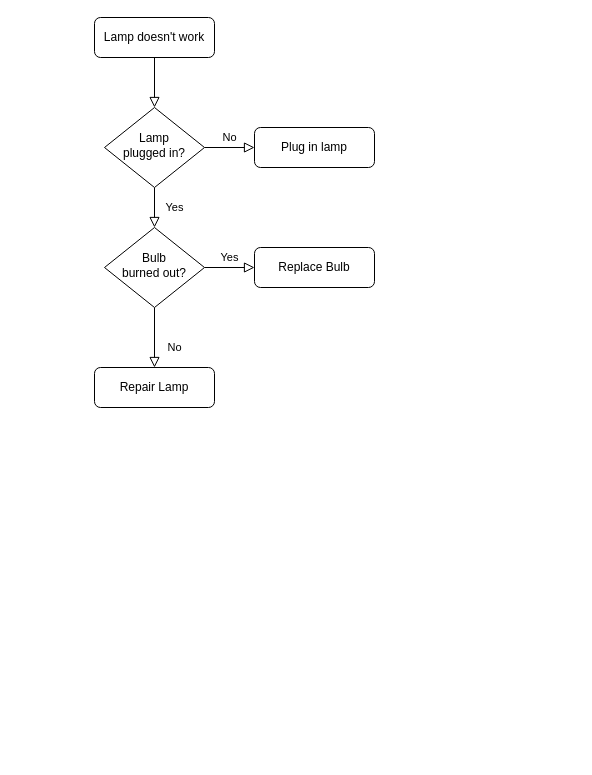
yanhj/DrawIO keeps this draw.io diagram as Main.drawio. Above is the earlier version. Source tidied: cells renumbered, new cells numbered last; positions are measured from the earlier drawing's top-left corner, leaving out a move shared by most shapes. Both pictures are drawn from the tidied source at 100%, with x=0, y=0 at pixel (94, 17).
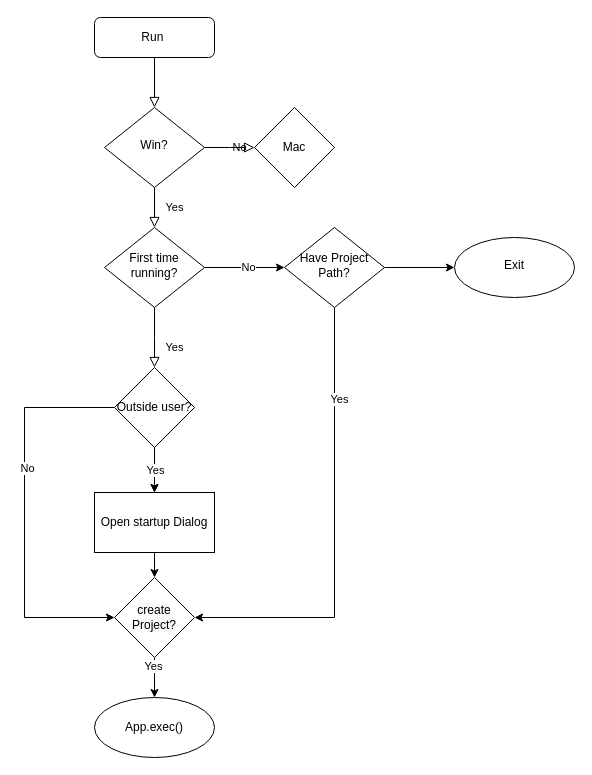
After the change.

The edit, as a diff of the source:
```diff
@@
-    <mxCell id="3" value="Lamp doesn't work" style="rounded=1;whiteSpace=wrap;html=1;fontSize=12;glass=0;strokeWidth=1;shadow=0;" parent="1" vertex="1">
+    <mxCell id="3" value="Run&lt;span style=&quot;white-space: pre;&quot;&gt; &lt;/span&gt;" style="rounded=1;whiteSpace=wrap;html=1;fontSize=12;glass=0;strokeWidth=1;shadow=0;" parent="1" vertex="1">
       <mxGeometry width="120" height="40" as="geometry" />
     </mxCell>
@@
-    <mxCell id="5" value="No" style="edgeStyle=orthogonalEdgeStyle;rounded=0;html=1;jettySize=auto;fontSize=11;endArrow=block;endFill=0;endSize=8;strokeWidth=1;shadow=0;labelBackgroundColor=none;" parent="1" edge="1" source="6" target="7">
-      <mxGeometry y="10" relative="1" as="geometry" />
+    <mxCell id="5" value="No" style="edgeStyle=orthogonalEdgeStyle;rounded=0;html=1;jettySize=auto;fontSize=11;endArrow=block;endFill=0;endSize=8;strokeWidth=1;shadow=0;labelBackgroundColor=none;" parent="1" edge="1" source="6">
+      <mxGeometry y="10" relative="1" as="geometry">
+        <mxPoint x="160" y="130" as="targetPoint" />
+      </mxGeometry>
     </mxCell>
-    <mxCell id="6" value="Lamp&lt;br&gt;plugged in?" style="rhombus;whiteSpace=wrap;html=1;shadow=0;fontFamily=Helvetica;fontSize=12;align=center;strokeWidth=1;spacing=6;spacingTop=-4;" parent="1" vertex="1">
+    <mxCell id="6" value="Win?" style="rhombus;whiteSpace=wrap;html=1;shadow=0;fontFamily=Helvetica;fontSize=12;align=center;strokeWidth=1;spacing=6;spacingTop=-4;" parent="1" vertex="1">
       <mxGeometry x="10" y="90" width="100" height="80" as="geometry" />
     </mxCell>
-    <mxCell id="7" value="Plug in lamp" style="rounded=1;whiteSpace=wrap;html=1;fontSize=12;glass=0;strokeWidth=1;shadow=0;" parent="1" vertex="1">
-      <mxGeometry x="160" y="110" width="120" height="40" as="geometry" />
-    </mxCell>
-    <mxCell id="8" value="No" style="rounded=0;html=1;jettySize=auto;fontSize=11;endArrow=block;endFill=0;endSize=8;strokeWidth=1;shadow=0;labelBackgroundColor=none;edgeStyle=orthogonalEdgeStyle;" parent="1" edge="1" source="10" target="11">
-      <mxGeometry x="0.33" y="20" relative="1" as="geometry" />
+    <mxCell id="8" value="Yes" style="rounded=0;html=1;jettySize=auto;fontSize=11;endArrow=block;endFill=0;endSize=8;strokeWidth=1;shadow=0;labelBackgroundColor=none;edgeStyle=orthogonalEdgeStyle;" parent="1" edge="1" source="10">
+      <mxGeometry x="0.33" y="20" relative="1" as="geometry">
+        <mxPoint x="60" y="350" as="targetPoint" />
+      </mxGeometry>
     </mxCell>
-    <mxCell id="9" value="Yes" style="edgeStyle=orthogonalEdgeStyle;rounded=0;html=1;jettySize=auto;fontSize=11;endArrow=block;endFill=0;endSize=8;strokeWidth=1;shadow=0;labelBackgroundColor=none;" parent="1" edge="1" source="10" target="12">
-      <mxGeometry y="10" relative="1" as="geometry" />
-    </mxCell>
+    <mxCell id="13" style="edgeStyle=orthogonalEdgeStyle;rounded=0;jettySize=auto;html=1;" parent="1" edge="1" source="10" target="31">
+      <mxGeometry relative="1" as="geometry" />
+    </mxCell>
+    <mxCell id="14" value="No" style="edgeLabel;html=1;align=center;verticalAlign=middle;" parent="13" vertex="1">
+      <mxGeometry x="0.07" y="1" relative="1" as="geometry" />
+    </mxCell>
-    <mxCell id="10" value="Bulb&lt;br&gt;burned out?" style="rhombus;whiteSpace=wrap;html=1;shadow=0;fontFamily=Helvetica;fontSize=12;align=center;strokeWidth=1;spacing=6;spacingTop=-4;" parent="1" vertex="1">
+    <mxCell id="10" value="First time running?" style="rhombus;whiteSpace=wrap;html=1;shadow=0;fontFamily=Helvetica;fontSize=12;align=center;strokeWidth=1;spacing=6;spacingTop=-4;" parent="1" vertex="1">
       <mxGeometry x="10" y="210" width="100" height="80" as="geometry" />
     </mxCell>
-    <mxCell id="11" value="Repair Lamp" style="rounded=1;whiteSpace=wrap;html=1;fontSize=12;glass=0;strokeWidth=1;shadow=0;" parent="1" vertex="1">
-      <mxGeometry y="350" width="120" height="40" as="geometry" />
-    </mxCell>
-    <mxCell id="12" value="Replace Bulb" style="rounded=1;whiteSpace=wrap;html=1;fontSize=12;glass=0;strokeWidth=1;shadow=0;" parent="1" vertex="1">
-      <mxGeometry x="160" y="230" width="120" height="40" as="geometry" />
-    </mxCell>
+    <mxCell id="15" value="Mac" style="rhombus;whiteSpace=wrap;html=1;" parent="1" vertex="1">
+      <mxGeometry x="160" y="90" width="80" height="80" as="geometry" />
+    </mxCell>
+    <mxCell id="16" style="edgeStyle=orthogonalEdgeStyle;rounded=0;jettySize=auto;html=1;" parent="1" edge="1" source="21" target="23">
+      <mxGeometry relative="1" as="geometry" />
+    </mxCell>
+    <mxCell id="17" style="edgeStyle=orthogonalEdgeStyle;rounded=0;jettySize=auto;html=1;" parent="1" edge="1" source="21" target="23">
+      <mxGeometry relative="1" as="geometry" />
+    </mxCell>
+    <mxCell id="18" value="Yes" style="edgeLabel;html=1;align=center;verticalAlign=middle;" parent="17" vertex="1">
+      <mxGeometry x="-0.04" relative="1" as="geometry" />
+    </mxCell>
+    <mxCell id="19" style="edgeStyle=orthogonalEdgeStyle;rounded=0;jettySize=auto;html=1;entryX=0;entryY=0.5;entryDx=0;entryDy=0;exitX=0;exitY=0.5;exitDx=0;exitDy=0;" parent="1" edge="1" source="21" target="26">
+      <mxGeometry relative="1" as="geometry">
+        <Array as="points">
+          <mxPoint x="-70" y="390" />
+          <mxPoint x="-70" y="600" />
+        </Array>
+      </mxGeometry>
+    </mxCell>
+    <mxCell id="20" value="No" style="edgeLabel;html=1;align=center;verticalAlign=middle;" parent="19" vertex="1">
+      <mxGeometry x="-0.23" y="2" relative="1" as="geometry" />
+    </mxCell>
+    <mxCell id="21" value="Outside user?" style="rhombus;whiteSpace=wrap;html=1;" parent="1" vertex="1">
+      <mxGeometry x="20" y="350" width="80" height="80" as="geometry" />
+    </mxCell>
+    <mxCell id="22" style="edgeStyle=orthogonalEdgeStyle;rounded=0;jettySize=auto;html=1;entryX=0.5;entryY=0;entryDx=0;entryDy=0;" parent="1" edge="1" source="23" target="26">
+      <mxGeometry relative="1" as="geometry" />
+    </mxCell>
+    <mxCell id="23" value="Open startup Dialog" style="whiteSpace=wrap;html=1;" parent="1" vertex="1">
+      <mxGeometry y="475" width="120" height="60" as="geometry" />
+    </mxCell>
+    <mxCell id="24" style="edgeStyle=orthogonalEdgeStyle;rounded=0;jettySize=auto;html=1;" parent="1" edge="1" source="26" target="27">
+      <mxGeometry relative="1" as="geometry" />
+    </mxCell>
+    <mxCell id="25" value="Yes" style="edgeLabel;html=1;align=center;verticalAlign=middle;" parent="24" vertex="1">
+      <mxGeometry x="-0.62" y="-2" relative="1" as="geometry" />
+    </mxCell>
+    <mxCell id="26" value="&lt;span style=&quot;color: rgb(0, 0, 0); font-family: Helvetica; font-size: 12px; font-style: normal; font-variant-ligatures: normal; font-variant-caps: normal; font-weight: 400; letter-spacing: normal; orphans: 2; text-align: center; text-indent: 0px; text-transform: none; widows: 2; word-spacing: 0px; -webkit-text-stroke-width: 0px; background-color: rgb(248, 249, 250); text-decoration-thickness: initial; text-decoration-style: initial; text-decoration-color: initial; float: none; display: inline !important;&quot;&gt;create Project?&lt;/span&gt;" style="rhombus;whiteSpace=wrap;html=1;" parent="1" vertex="1">
+      <mxGeometry x="20" y="560" width="80" height="80" as="geometry" />
+    </mxCell>
+    <mxCell id="27" value="App.exec()" style="ellipse;whiteSpace=wrap;html=1;" parent="1" vertex="1">
+      <mxGeometry y="680" width="120" height="60" as="geometry" />
+    </mxCell>
+    <mxCell id="28" style="edgeStyle=orthogonalEdgeStyle;rounded=0;jettySize=auto;html=1;entryX=1;entryY=0.5;entryDx=0;entryDy=0;" parent="1" edge="1" source="31" target="26">
+      <mxGeometry relative="1" as="geometry">
+        <Array as="points">
+          <mxPoint x="240" y="600" />
+        </Array>
+      </mxGeometry>
+    </mxCell>
+    <mxCell id="29" value="Yes" style="edgeLabel;html=1;align=center;verticalAlign=middle;" parent="28" vertex="1">
+      <mxGeometry x="-0.6" y="4" relative="1" as="geometry">
+        <mxPoint y="1" as="offset" />
+      </mxGeometry>
+    </mxCell>
+    <mxCell id="30" style="edgeStyle=orthogonalEdgeStyle;rounded=0;jettySize=auto;html=1;" parent="1" edge="1" source="31" target="32">
+      <mxGeometry relative="1" as="geometry" />
+    </mxCell>
+    <mxCell id="31" value="Have Project Path?" style="rhombus;whiteSpace=wrap;html=1;shadow=0;fontFamily=Helvetica;fontSize=12;align=center;strokeWidth=1;spacing=6;spacingTop=-4;" parent="1" vertex="1">
+      <mxGeometry x="190" y="210" width="100" height="80" as="geometry" />
+    </mxCell>
+    <mxCell id="32" value="Exit" style="ellipse;whiteSpace=wrap;html=1;shadow=0;strokeWidth=1;spacing=6;spacingTop=-4;" parent="1" vertex="1">
+      <mxGeometry x="360" y="220" width="120" height="60" as="geometry" />
+    </mxCell>
```
